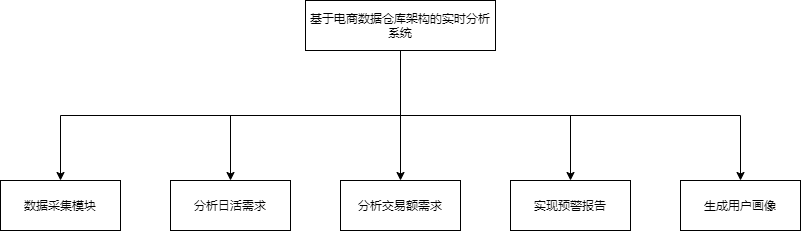
Earlier version of the draw.io export 功能模块.png (dyzcs/mall-2020). Source tidied: cells renumbered, new cells last; positions are measured from the earlier drawing's top-left corner, leaving out a move shared by most shapes. The source it was exported from:
```xml
<mxGraphModel>
  <root>
    <mxCell id="0" />
    <mxCell id="1" parent="0" />
    <mxCell id="2" style="edgeStyle=orthogonalEdgeStyle;rounded=0;jettySize=auto;html=1;exitX=0.5;exitY=1;exitDx=0;exitDy=0;" parent="1" edge="1" source="7" target="8">
      <mxGeometry relative="1" as="geometry" />
    </mxCell>
    <mxCell id="3" style="edgeStyle=orthogonalEdgeStyle;rounded=0;jettySize=auto;html=1;" parent="1" edge="1" source="7" target="10">
      <mxGeometry relative="1" as="geometry" />
    </mxCell>
    <mxCell id="4" style="edgeStyle=orthogonalEdgeStyle;rounded=0;jettySize=auto;html=1;entryX=0.5;entryY=0;entryDx=0;entryDy=0;exitX=0.5;exitY=1;exitDx=0;exitDy=0;" parent="1" edge="1" source="7" target="11">
      <mxGeometry relative="1" as="geometry">
        <Array as="points">
          <mxPoint x="400" y="115" />
          <mxPoint x="570" y="115" />
        </Array>
      </mxGeometry>
    </mxCell>
    <mxCell id="5" style="edgeStyle=orthogonalEdgeStyle;rounded=0;jettySize=auto;html=1;exitX=0.5;exitY=1;exitDx=0;exitDy=0;entryX=0.5;entryY=0;entryDx=0;entryDy=0;" parent="1" edge="1" source="7" target="12">
      <mxGeometry relative="1" as="geometry" />
    </mxCell>
    <mxCell id="6" style="edgeStyle=orthogonalEdgeStyle;rounded=0;jettySize=auto;html=1;exitX=0.5;exitY=1;exitDx=0;exitDy=0;" parent="1" edge="1" source="7" target="9">
      <mxGeometry relative="1" as="geometry" />
    </mxCell>
    <mxCell id="7" value="基于电商数据仓库架构的实时分析系统" style="rounded=0;whiteSpace=wrap;html=1;" parent="1" vertex="1">
      <mxGeometry x="305" width="190" height="50" as="geometry" />
    </mxCell>
    <mxCell id="8" value="数据采集模块" style="rounded=0;whiteSpace=wrap;html=1;" parent="1" vertex="1">
      <mxGeometry y="180" width="120" height="50" as="geometry" />
    </mxCell>
    <mxCell id="9" value="分析日活需求" style="rounded=0;whiteSpace=wrap;html=1;" parent="1" vertex="1">
      <mxGeometry x="170" y="180" width="120" height="50" as="geometry" />
    </mxCell>
    <mxCell id="10" value="分析交易额需求" style="rounded=0;whiteSpace=wrap;html=1;" parent="1" vertex="1">
      <mxGeometry x="340" y="180" width="120" height="50" as="geometry" />
    </mxCell>
    <mxCell id="11" value="实现预警报告" style="rounded=0;whiteSpace=wrap;html=1;" parent="1" vertex="1">
      <mxGeometry x="510" y="180" width="120" height="50" as="geometry" />
    </mxCell>
    <mxCell id="12" value="生成用户画像" style="rounded=0;whiteSpace=wrap;html=1;" parent="1" vertex="1">
      <mxGeometry x="680" y="180" width="120" height="50" as="geometry" />
    </mxCell>
  </root>
</mxGraphModel>
```
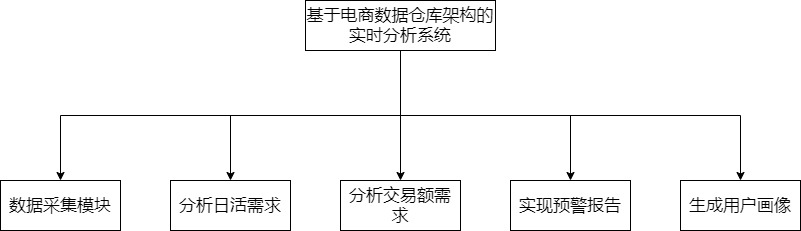
After the commit.

Commit message:
更新功能模块.png

The edit, as a diff of the source:
```diff
@@ -2,13 +2,13 @@
   <root>
     <mxCell id="0" />
     <mxCell id="1" parent="0" />
-    <mxCell id="2" style="edgeStyle=orthogonalEdgeStyle;rounded=0;jettySize=auto;html=1;exitX=0.5;exitY=1;exitDx=0;exitDy=0;" parent="1" edge="1" source="7" target="8">
+    <mxCell id="2" style="edgeStyle=orthogonalEdgeStyle;rounded=0;jettySize=auto;html=1;exitX=0.5;exitY=1;exitDx=0;exitDy=0;fontSize=17;" parent="1" edge="1" source="7" target="8">
       <mxGeometry relative="1" as="geometry" />
     </mxCell>
-    <mxCell id="3" style="edgeStyle=orthogonalEdgeStyle;rounded=0;jettySize=auto;html=1;" parent="1" edge="1" source="7" target="10">
+    <mxCell id="3" style="edgeStyle=orthogonalEdgeStyle;rounded=0;jettySize=auto;html=1;fontSize=17;" parent="1" edge="1" source="7" target="10">
       <mxGeometry relative="1" as="geometry" />
     </mxCell>
-    <mxCell id="4" style="edgeStyle=orthogonalEdgeStyle;rounded=0;jettySize=auto;html=1;entryX=0.5;entryY=0;entryDx=0;entryDy=0;exitX=0.5;exitY=1;exitDx=0;exitDy=0;" parent="1" edge="1" source="7" target="11">
+    <mxCell id="4" style="edgeStyle=orthogonalEdgeStyle;rounded=0;jettySize=auto;html=1;entryX=0.5;entryY=0;entryDx=0;entryDy=0;exitX=0.5;exitY=1;exitDx=0;exitDy=0;fontSize=17;" parent="1" edge="1" source="7" target="11">
       <mxGeometry relative="1" as="geometry">
         <Array as="points">
           <mxPoint x="400" y="115" />
@@ -16,28 +16,28 @@
         </Array>
       </mxGeometry>
     </mxCell>
-    <mxCell id="5" style="edgeStyle=orthogonalEdgeStyle;rounded=0;jettySize=auto;html=1;exitX=0.5;exitY=1;exitDx=0;exitDy=0;entryX=0.5;entryY=0;entryDx=0;entryDy=0;" parent="1" edge="1" source="7" target="12">
+    <mxCell id="5" style="edgeStyle=orthogonalEdgeStyle;rounded=0;jettySize=auto;html=1;exitX=0.5;exitY=1;exitDx=0;exitDy=0;entryX=0.5;entryY=0;entryDx=0;entryDy=0;fontSize=17;" parent="1" edge="1" source="7" target="12">
       <mxGeometry relative="1" as="geometry" />
     </mxCell>
-    <mxCell id="6" style="edgeStyle=orthogonalEdgeStyle;rounded=0;jettySize=auto;html=1;exitX=0.5;exitY=1;exitDx=0;exitDy=0;" parent="1" edge="1" source="7" target="9">
+    <mxCell id="6" style="edgeStyle=orthogonalEdgeStyle;rounded=0;jettySize=auto;html=1;exitX=0.5;exitY=1;exitDx=0;exitDy=0;fontSize=17;" parent="1" edge="1" source="7" target="9">
       <mxGeometry relative="1" as="geometry" />
     </mxCell>
-    <mxCell id="7" value="基于电商数据仓库架构的实时分析系统" style="rounded=0;whiteSpace=wrap;html=1;" parent="1" vertex="1">
+    <mxCell id="7" value="基于电商数据仓库架构的实时分析系统" style="rounded=0;whiteSpace=wrap;html=1;fontSize=17;" parent="1" vertex="1">
       <mxGeometry x="305" width="190" height="50" as="geometry" />
     </mxCell>
-    <mxCell id="8" value="数据采集模块" style="rounded=0;whiteSpace=wrap;html=1;" parent="1" vertex="1">
+    <mxCell id="8" value="数据采集模块" style="rounded=0;whiteSpace=wrap;html=1;fontSize=17;" parent="1" vertex="1">
       <mxGeometry y="180" width="120" height="50" as="geometry" />
     </mxCell>
-    <mxCell id="9" value="分析日活需求" style="rounded=0;whiteSpace=wrap;html=1;" parent="1" vertex="1">
+    <mxCell id="9" value="分析日活需求" style="rounded=0;whiteSpace=wrap;html=1;fontSize=17;" parent="1" vertex="1">
       <mxGeometry x="170" y="180" width="120" height="50" as="geometry" />
     </mxCell>
-    <mxCell id="10" value="分析交易额需求" style="rounded=0;whiteSpace=wrap;html=1;" parent="1" vertex="1">
+    <mxCell id="10" value="分析交易额需求" style="rounded=0;whiteSpace=wrap;html=1;fontSize=17;" parent="1" vertex="1">
       <mxGeometry x="340" y="180" width="120" height="50" as="geometry" />
     </mxCell>
-    <mxCell id="11" value="实现预警报告" style="rounded=0;whiteSpace=wrap;html=1;" parent="1" vertex="1">
+    <mxCell id="11" value="实现预警报告" style="rounded=0;whiteSpace=wrap;html=1;fontSize=17;" parent="1" vertex="1">
       <mxGeometry x="510" y="180" width="120" height="50" as="geometry" />
     </mxCell>
-    <mxCell id="12" value="生成用户画像" style="rounded=0;whiteSpace=wrap;html=1;" parent="1" vertex="1">
+    <mxCell id="12" value="生成用户画像" style="rounded=0;whiteSpace=wrap;html=1;fontSize=17;" parent="1" vertex="1">
       <mxGeometry x="680" y="180" width="120" height="50" as="geometry" />
     </mxCell>
   </root>
```
